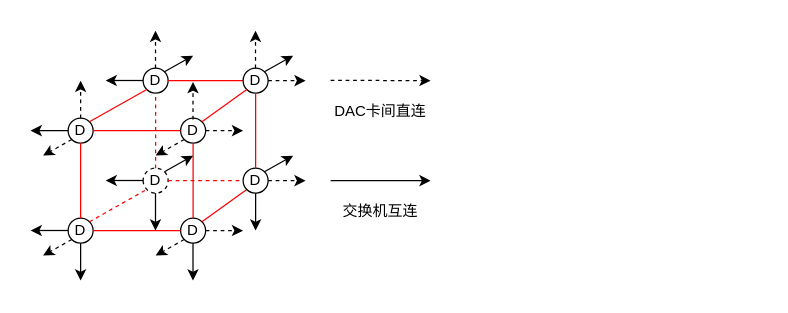
Before: TC2LINK/TOURS/T2_LINK_2X2_Tours.drawio in BEYHHH/SBLP, a draw.io diagram. Source tidied: cells renumbered, new cells numbered last; positions are measured from the earlier drawing's top-left corner, leaving out a move shared by most shapes. Both pictures are drawn from the tidied source at 125%, with x=0, y=0 at pixel (30, 30).
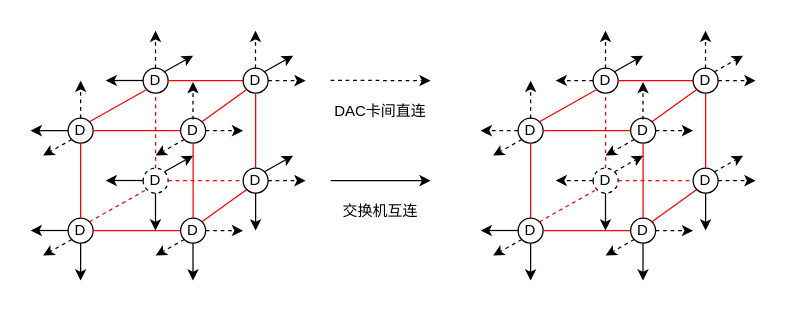
After the change.

What changed in the source:
```diff
@@
+    <mxCell id="50" value="D" style="ellipse;whiteSpace=wrap;html=1;flipH=1;" parent="1" vertex="1">
+      <mxGeometry x="390" y="70" width="20" height="20" as="geometry" />
+    </mxCell>
+    <mxCell id="51" value="D" style="ellipse;whiteSpace=wrap;html=1;fontColor=#000000;flipH=1;" parent="1" vertex="1">
+      <mxGeometry x="480" y="70" width="20" height="20" as="geometry" />
+    </mxCell>
+    <mxCell id="52" value="D" style="ellipse;whiteSpace=wrap;html=1;fontColor=#000000;flipH=1;" parent="1" vertex="1">
+      <mxGeometry x="390" y="150" width="20" height="20" as="geometry" />
+    </mxCell>
+    <mxCell id="53" value="D" style="ellipse;whiteSpace=wrap;html=1;fontColor=#000000;flipH=1;" parent="1" vertex="1">
+      <mxGeometry x="480" y="150" width="20" height="20" as="geometry" />
+    </mxCell>
+    <mxCell id="54" value="D" style="ellipse;whiteSpace=wrap;html=1;fontColor=#000000;flipH=1;" parent="1" vertex="1">
+      <mxGeometry x="450" y="30" width="20" height="20" as="geometry" />
+    </mxCell>
+    <mxCell id="55" value="D" style="ellipse;whiteSpace=wrap;html=1;fontColor=#000000;flipH=1;dashed=1;" parent="1" vertex="1">
+      <mxGeometry x="450" y="110" width="20" height="20" as="geometry" />
+    </mxCell>
+    <mxCell id="56" style="endArrow=none;html=1;rounded=0;entryX=0.5;entryY=1;entryDx=0;entryDy=0;exitX=0.5;exitY=0;exitDx=0;exitDy=0;strokeColor=#FF0000;fontStyle=1;" parent="1" edge="1" source="52" target="50">
+      <mxGeometry relative="1" as="geometry" />
+    </mxCell>
+    <mxCell id="57" style="endArrow=none;html=1;rounded=0;entryX=0;entryY=0.5;entryDx=0;entryDy=0;exitX=1;exitY=0.5;exitDx=0;exitDy=0;strokeColor=#FF0000;" parent="1" edge="1" source="52" target="53">
+      <mxGeometry relative="1" as="geometry" />
+    </mxCell>
+    <mxCell id="58" style="endArrow=none;html=1;rounded=0;entryX=0.5;entryY=1;entryDx=0;entryDy=0;exitX=0.5;exitY=0;exitDx=0;exitDy=0;strokeColor=#FF0000;" parent="1" edge="1" source="53" target="51">
+      <mxGeometry relative="1" as="geometry" />
+    </mxCell>
+    <mxCell id="59" style="endArrow=none;html=1;rounded=0;entryX=0;entryY=0.5;entryDx=0;entryDy=0;exitX=1;exitY=0.5;exitDx=0;exitDy=0;strokeColor=#FF0000;" parent="1" edge="1" source="50" target="51">
+      <mxGeometry relative="1" as="geometry" />
+    </mxCell>
+    <mxCell id="60" style="endArrow=none;html=1;rounded=0;entryX=0;entryY=1;entryDx=0;entryDy=0;exitX=1;exitY=0;exitDx=0;exitDy=0;strokeColor=#FF0000;" parent="1" edge="1" source="50" target="54">
+      <mxGeometry relative="1" as="geometry" />
+    </mxCell>
+    <mxCell id="61" style="endArrow=none;html=1;rounded=0;exitX=1;exitY=0.5;exitDx=0;exitDy=0;strokeColor=#FF0000;entryX=0;entryY=0.5;entryDx=0;entryDy=0;" parent="1" edge="1" source="54" target="67">
+      <mxGeometry relative="1" as="geometry" />
+    </mxCell>
+    <mxCell id="62" style="endArrow=none;html=1;rounded=0;entryX=0;entryY=1;entryDx=0;entryDy=0;exitX=1;exitY=0;exitDx=0;exitDy=0;strokeColor=#FF0000;" parent="1" edge="1" source="53" target="66">
+      <mxGeometry relative="1" as="geometry" />
+    </mxCell>
+    <mxCell id="63" style="endArrow=none;html=1;rounded=0;entryX=0;entryY=1;entryDx=0;entryDy=0;exitX=1;exitY=0;exitDx=0;exitDy=0;strokeColor=#FF0000;dashed=1;" parent="1" edge="1" source="52" target="55">
+      <mxGeometry relative="1" as="geometry" />
+    </mxCell>
+    <mxCell id="64" style="endArrow=none;html=1;rounded=0;entryX=0;entryY=0.5;entryDx=0;entryDy=0;exitX=1;exitY=0.5;exitDx=0;exitDy=0;dashed=1;strokeColor=#FF0000;" parent="1" edge="1" source="55" target="66">
+      <mxGeometry relative="1" as="geometry" />
+    </mxCell>
+    <mxCell id="65" style="endArrow=none;html=1;rounded=0;entryX=0.5;entryY=1;entryDx=0;entryDy=0;exitX=0.5;exitY=0;exitDx=0;exitDy=0;strokeColor=#FF0000;dashed=1;" parent="1" edge="1" source="55" target="54">
+      <mxGeometry relative="1" as="geometry" />
+    </mxCell>
+    <mxCell id="66" value="D" style="ellipse;whiteSpace=wrap;html=1;fontColor=#000000;flipH=1;" parent="1" vertex="1">
+      <mxGeometry x="530" y="110" width="20" height="20" as="geometry" />
+    </mxCell>
+    <mxCell id="67" value="D" style="ellipse;whiteSpace=wrap;html=1;fontColor=#000000;flipH=1;" parent="1" vertex="1">
+      <mxGeometry x="530" y="30" width="20" height="20" as="geometry" />
+    </mxCell>
+    <mxCell id="68" style="endArrow=none;html=1;rounded=0;entryX=0.5;entryY=1;entryDx=0;entryDy=0;exitX=0.5;exitY=0;exitDx=0;exitDy=0;strokeColor=#FF0000;" parent="1" edge="1" source="66" target="67">
+      <mxGeometry relative="1" as="geometry" />
+    </mxCell>
+    <mxCell id="69" style="endArrow=none;html=1;rounded=0;entryX=0;entryY=1;entryDx=0;entryDy=0;exitX=1;exitY=0;exitDx=0;exitDy=0;strokeColor=#FF0000;" parent="1" edge="1" source="51" target="67">
+      <mxGeometry relative="1" as="geometry" />
+    </mxCell>
+    <mxCell id="70" style="endArrow=classic;html=1;rounded=0;exitX=1;exitY=0.5;exitDx=0;exitDy=0;dashed=1;" parent="1" edge="1" source="66">
+      <mxGeometry relative="1" as="geometry">
+        <mxPoint x="580" y="120" as="targetPoint" />
+      </mxGeometry>
+    </mxCell>
+    <mxCell id="71" style="endArrow=classic;html=1;rounded=0;dashed=1;" parent="1" edge="1">
+      <mxGeometry relative="1" as="geometry">
+        <mxPoint x="550" y="40" as="sourcePoint" />
+        <mxPoint x="580" y="40" as="targetPoint" />
+      </mxGeometry>
+    </mxCell>
+    <mxCell id="72" style="endArrow=classic;html=1;rounded=0;exitX=0.5;exitY=1;exitDx=0;exitDy=0;" parent="1" edge="1" source="66">
+      <mxGeometry relative="1" as="geometry">
+        <mxPoint x="540" y="160" as="targetPoint" />
+      </mxGeometry>
+    </mxCell>
+    <mxCell id="73" style="endArrow=classic;html=1;rounded=0;exitX=0.5;exitY=1;exitDx=0;exitDy=0;" parent="1" edge="1">
+      <mxGeometry relative="1" as="geometry">
+        <mxPoint x="489.9" y="170" as="sourcePoint" />
+        <mxPoint x="489.9" y="200" as="targetPoint" />
+      </mxGeometry>
+    </mxCell>
+    <mxCell id="74" style="endArrow=classic;html=1;rounded=0;" parent="1" edge="1">
+      <mxGeometry relative="1" as="geometry">
+        <mxPoint x="400" y="170" as="sourcePoint" />
+        <mxPoint x="400" y="200" as="targetPoint" />
+      </mxGeometry>
+    </mxCell>
+    <mxCell id="75" style="endArrow=classic;html=1;rounded=0;dashed=1;" parent="1" edge="1">
+      <mxGeometry relative="1" as="geometry">
+        <mxPoint x="500" y="80" as="sourcePoint" />
+        <mxPoint x="530" y="80" as="targetPoint" />
+      </mxGeometry>
+    </mxCell>
+    <mxCell id="76" style="endArrow=classic;html=1;rounded=0;exitX=1;exitY=0.5;exitDx=0;exitDy=0;dashed=1;" parent="1" edge="1">
+      <mxGeometry relative="1" as="geometry">
+        <mxPoint x="500" y="159.9" as="sourcePoint" />
+        <mxPoint x="530" y="160" as="targetPoint" />
+      </mxGeometry>
+    </mxCell>
+    <mxCell id="77" style="endArrow=classic;html=1;rounded=0;dashed=1;" parent="1" edge="1">
+      <mxGeometry relative="1" as="geometry">
+        <mxPoint x="400" y="70" as="sourcePoint" />
+        <mxPoint x="400" y="40" as="targetPoint" />
+      </mxGeometry>
+    </mxCell>
+    <mxCell id="78" style="endArrow=classic;html=1;rounded=0;dashed=1;" parent="1" edge="1">
+      <mxGeometry relative="1" as="geometry">
+        <mxPoint x="459.9" y="30" as="sourcePoint" />
+        <mxPoint x="459.9" as="targetPoint" />
+      </mxGeometry>
+    </mxCell>
+    <mxCell id="79" style="endArrow=classic;html=1;rounded=0;dashed=1;" parent="1" edge="1">
+      <mxGeometry relative="1" as="geometry">
+        <mxPoint x="539.9" y="30" as="sourcePoint" />
+        <mxPoint x="539.9" as="targetPoint" />
+      </mxGeometry>
+    </mxCell>
+    <mxCell id="80" style="endArrow=classic;html=1;rounded=0;dashed=1;" parent="1" edge="1">
+      <mxGeometry relative="1" as="geometry">
+        <mxPoint x="489.9" y="71" as="sourcePoint" />
+        <mxPoint x="489.9" y="41" as="targetPoint" />
+      </mxGeometry>
+    </mxCell>
+    <mxCell id="81" style="endArrow=classic;html=1;rounded=0;exitX=0.5;exitY=1;exitDx=0;exitDy=0;" parent="1" edge="1">
+      <mxGeometry relative="1" as="geometry">
+        <mxPoint x="459.9" y="130" as="sourcePoint" />
+        <mxPoint x="459.9" y="160" as="targetPoint" />
+      </mxGeometry>
+    </mxCell>
+    <mxCell id="82" style="endArrow=classic;html=1;rounded=0;exitX=0;exitY=0.5;exitDx=0;exitDy=0;dashed=1;" parent="1" edge="1" source="50">
+      <mxGeometry relative="1" as="geometry">
+        <mxPoint x="360" y="80" as="targetPoint" />
+      </mxGeometry>
+    </mxCell>
+    <mxCell id="83" style="endArrow=classic;html=1;rounded=0;exitX=0;exitY=0.5;exitDx=0;exitDy=0;" parent="1" edge="1">
+      <mxGeometry relative="1" as="geometry">
+        <mxPoint x="390" y="159.9" as="sourcePoint" />
+        <mxPoint x="360" y="159.9" as="targetPoint" />
+      </mxGeometry>
+    </mxCell>
+    <mxCell id="84" style="endArrow=classic;html=1;rounded=0;exitX=0;exitY=0.5;exitDx=0;exitDy=0;dashed=1;" parent="1" edge="1">
+      <mxGeometry relative="1" as="geometry">
+        <mxPoint x="450" y="119.9" as="sourcePoint" />
+        <mxPoint x="420" y="119.9" as="targetPoint" />
+      </mxGeometry>
+    </mxCell>
+    <mxCell id="85" style="endArrow=classic;html=1;rounded=0;exitX=1;exitY=0;exitDx=0;exitDy=0;dashed=1;" parent="1" edge="1" source="55">
+      <mxGeometry relative="1" as="geometry">
+        <mxPoint x="490" y="100" as="targetPoint" />
+      </mxGeometry>
+    </mxCell>
+    <mxCell id="86" style="endArrow=classic;html=1;rounded=0;exitX=1;exitY=0;exitDx=0;exitDy=0;dashed=1;" parent="1" edge="1" source="66">
+      <mxGeometry relative="1" as="geometry">
+        <mxPoint x="570" y="100" as="targetPoint" />
+      </mxGeometry>
+    </mxCell>
+    <mxCell id="87" style="endArrow=classic;html=1;rounded=0;exitX=1;exitY=0;exitDx=0;exitDy=0;dashed=1;" parent="1" edge="1" source="67">
+      <mxGeometry relative="1" as="geometry">
+        <mxPoint x="570" y="20" as="targetPoint" />
+      </mxGeometry>
+    </mxCell>
+    <mxCell id="88" style="endArrow=classic;html=1;rounded=0;exitX=0;exitY=0.5;exitDx=0;exitDy=0;dashed=1;" parent="1" edge="1">
+      <mxGeometry relative="1" as="geometry">
+        <mxPoint x="450" y="39.9" as="sourcePoint" />
+        <mxPoint x="420" y="39.9" as="targetPoint" />
+      </mxGeometry>
+    </mxCell>
+    <mxCell id="89" style="endArrow=classic;html=1;rounded=0;exitX=0;exitY=1;exitDx=0;exitDy=0;dashed=1;" parent="1" edge="1" source="52">
+      <mxGeometry relative="1" as="geometry">
+        <mxPoint x="370" y="180" as="targetPoint" />
+      </mxGeometry>
+    </mxCell>
+    <mxCell id="90" style="endArrow=classic;html=1;rounded=0;exitX=0;exitY=1;exitDx=0;exitDy=0;dashed=1;" parent="1" edge="1" source="50">
+      <mxGeometry relative="1" as="geometry">
+        <mxPoint x="370" y="100" as="targetPoint" />
+      </mxGeometry>
+    </mxCell>
+    <mxCell id="91" style="endArrow=classic;html=1;rounded=0;exitX=0;exitY=1;exitDx=0;exitDy=0;dashed=1;" parent="1" edge="1" source="51">
+      <mxGeometry relative="1" as="geometry">
+        <mxPoint x="460" y="100" as="targetPoint" />
+      </mxGeometry>
+    </mxCell>
+    <mxCell id="92" style="endArrow=classic;html=1;rounded=0;exitX=0;exitY=1;exitDx=0;exitDy=0;dashed=1;" parent="1" edge="1" source="53">
+      <mxGeometry relative="1" as="geometry">
+        <mxPoint x="460" y="180" as="targetPoint" />
+      </mxGeometry>
+    </mxCell>
+    <mxCell id="93" style="endArrow=classic;html=1;rounded=0;exitX=1;exitY=0;exitDx=0;exitDy=0;" parent="1" edge="1" source="54">
+      <mxGeometry relative="1" as="geometry">
+        <mxPoint x="490" y="20" as="targetPoint" />
+      </mxGeometry>
+    </mxCell>
```
